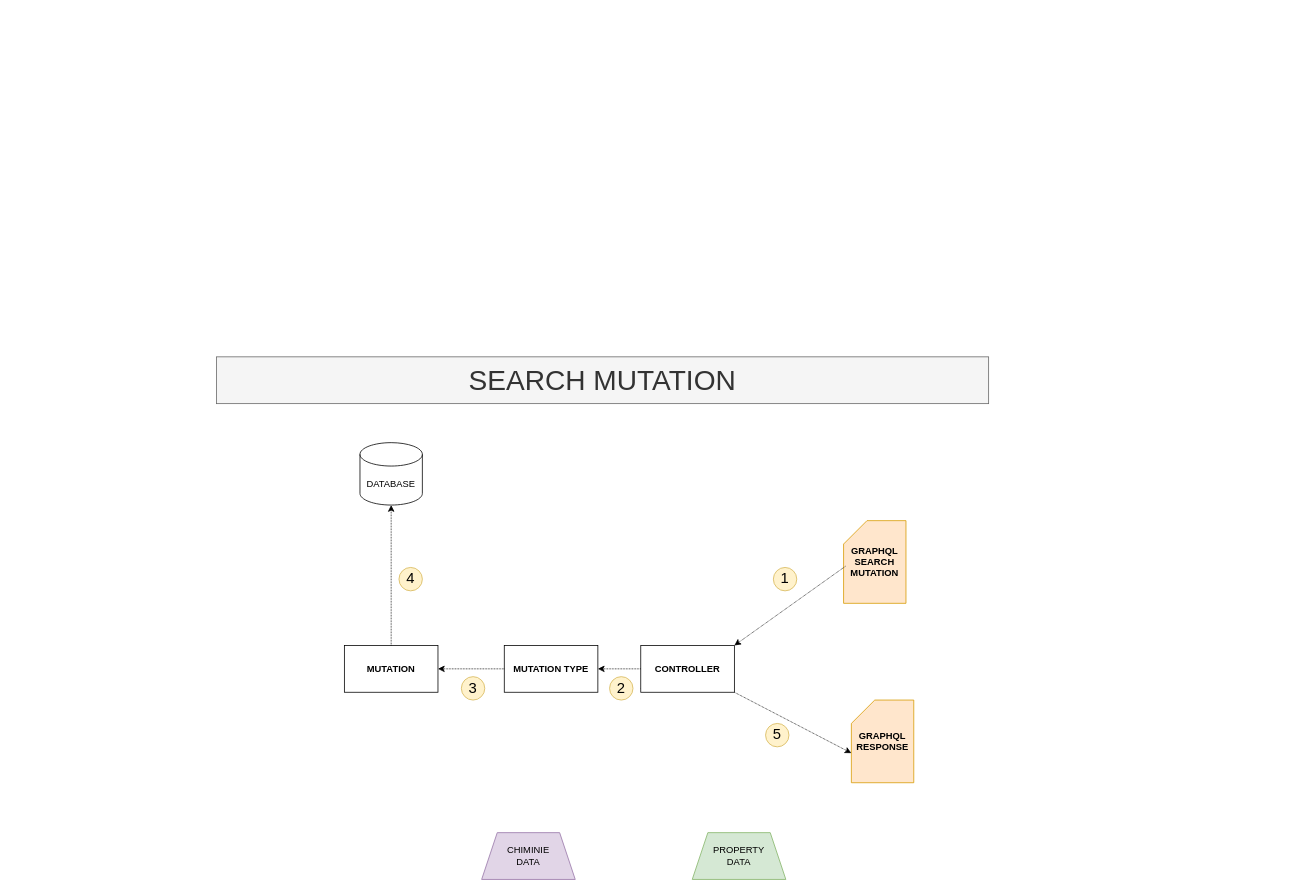
Above: page "Page-2" (2 of 2) of devops/property-dealer.drawio in kingsley-ijomah/draw.io (draw.io), before the change. Source tidied: cells renumbered, new cells numbered last; positions are measured from the earlier drawing's top-left corner, leaving out a move shared by most shapes. Both pictures are drawn from the tidied source at 78%, with x=0, y=0 at pixel (216, 356).
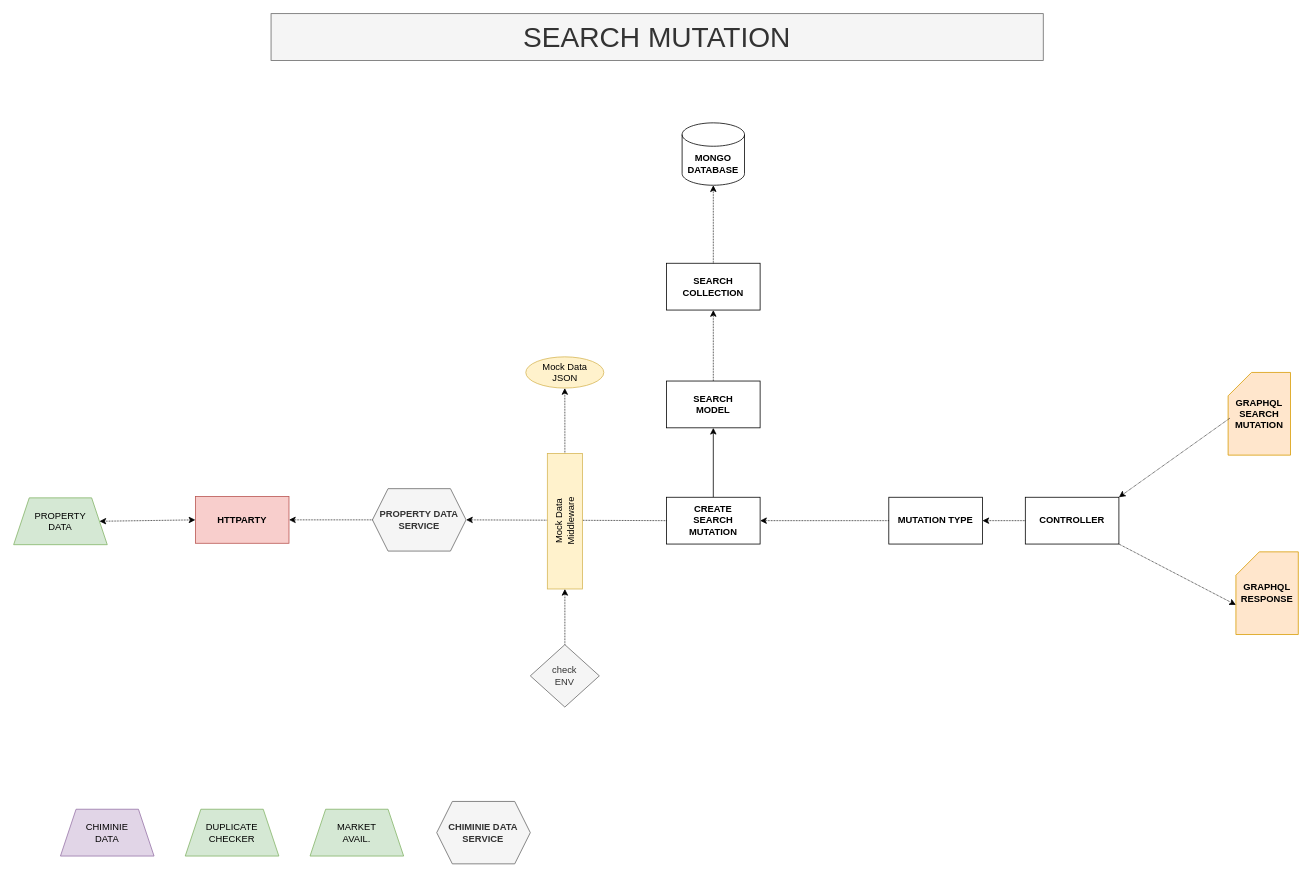
Above is the later version.

The edit, as a diff of the source:
```diff
@@
     <mxCell id="2" value="&lt;b&gt;GRAPHQL&lt;/b&gt;&lt;div&gt;&lt;b&gt;SEARCH&lt;/b&gt;&lt;/div&gt;&lt;div&gt;&lt;b&gt;MUTATION&lt;/b&gt;&lt;/div&gt;" style="shape=card;whiteSpace=wrap;html=1;fillColor=#ffe6cc;strokeColor=#d79b00;" parent="1" vertex="1">
-      <mxGeometry x="804" y="210" width="80" height="106" as="geometry" />
+      <mxGeometry x="1297" y="20" width="80" height="106" as="geometry" />
     </mxCell>
-    <mxCell id="3" value="DATABASE" style="shape=cylinder3;whiteSpace=wrap;html=1;boundedLbl=1;backgroundOutline=1;size=15;" parent="1" vertex="1">
-      <mxGeometry x="184" y="110" width="80" height="80" as="geometry" />
+    <mxCell id="3" value="&lt;b&gt;MONGO&lt;/b&gt;&lt;div&gt;&lt;b&gt;DATABASE&lt;/b&gt;&lt;/div&gt;" style="shape=cylinder3;whiteSpace=wrap;html=1;boundedLbl=1;backgroundOutline=1;size=15;" parent="1" vertex="1">
+      <mxGeometry x="597" y="-300" width="80" height="80" as="geometry" />
     </mxCell>
     <mxCell id="4" value="PROPERTY&lt;div&gt;DATA&lt;/div&gt;" style="shape=trapezoid;perimeter=trapezoidPerimeter;whiteSpace=wrap;html=1;fixedSize=1;fillColor=#d5e8d4;strokeColor=#82b366;" parent="1" vertex="1">
-      <mxGeometry x="610" y="610" width="120" height="60" as="geometry" />
+      <mxGeometry x="-260" y="180.8" width="120" height="60" as="geometry" />
     </mxCell>
     <mxCell id="5" value="CHIMINIE&lt;div&gt;DATA&lt;/div&gt;" style="shape=trapezoid;perimeter=trapezoidPerimeter;whiteSpace=wrap;html=1;fixedSize=1;fillColor=#e1d5e7;strokeColor=#9673a6;" parent="1" vertex="1">
-      <mxGeometry x="340" y="610" width="120" height="60" as="geometry" />
+      <mxGeometry x="-200" y="580" width="120" height="60" as="geometry" />
     </mxCell>
     <mxCell id="6" value="&lt;b&gt;MUTATION TYPE&lt;/b&gt;" style="rounded=0;whiteSpace=wrap;html=1;" parent="1" vertex="1">
-      <mxGeometry x="369" y="370" width="120" height="60" as="geometry" />
+      <mxGeometry x="862" y="180" width="120" height="60" as="geometry" />
     </mxCell>
+    <mxCell id="22" style="edgeStyle=orthogonalEdgeStyle;rounded=0;jettySize=auto;html=1;entryX=0.5;entryY=1;entryDx=0;entryDy=0;" parent="1" edge="1" source="7" target="31">
+      <mxGeometry relative="1" as="geometry" />
+    </mxCell>
-    <mxCell id="7" value="&lt;b&gt;MUTATION&lt;/b&gt;" style="rounded=0;whiteSpace=wrap;html=1;" parent="1" vertex="1">
-      <mxGeometry x="164" y="370" width="120" height="60" as="geometry" />
+    <mxCell id="7" value="&lt;div&gt;&lt;b&gt;CREATE&lt;/b&gt;&lt;/div&gt;&lt;div&gt;&lt;b&gt;SEARCH&lt;/b&gt;&lt;/div&gt;&lt;b&gt;MUTATION&lt;/b&gt;" style="rounded=0;whiteSpace=wrap;html=1;" parent="1" vertex="1">
+      <mxGeometry x="577" y="180" width="120" height="60" as="geometry" />
     </mxCell>
     <mxCell id="8" style="endArrow=classic;html=1;rounded=0;exitX=0;exitY=0;exitDx=0;exitDy=55;exitPerimeter=0;dashed=1;dashPattern=1 1;" parent="1" edge="1" source="10">
       <mxGeometry relative="1" as="geometry">
-        <mxPoint x="604" y="400" as="targetPoint" />
+        <mxPoint x="1097" y="210" as="targetPoint" />
       </mxGeometry>
     </mxCell>
@@
     <mxCell id="10" value="&lt;b&gt;CONTROLLER&lt;/b&gt;" style="rounded=0;whiteSpace=wrap;html=1;" parent="1" vertex="1">
-      <mxGeometry x="544" y="370" width="120" height="60" as="geometry" />
+      <mxGeometry x="1037" y="180" width="120" height="60" as="geometry" />
     </mxCell>
@@
     <mxCell id="13" value="&lt;font style=&quot;font-size: 36px;&quot;&gt;SEARCH MUTATION&lt;/font&gt;" style="rounded=0;whiteSpace=wrap;html=1;fillColor=#f5f5f5;fontColor=#333333;strokeColor=#666666;" parent="1" vertex="1">
-      <mxGeometry width="990" height="60" as="geometry" />
+      <mxGeometry x="70" y="-440" width="990" height="60" as="geometry" />
     </mxCell>
-    <mxCell id="14" style="endArrow=classic;html=1;rounded=0;exitX=0.5;exitY=0;exitDx=0;exitDy=0;dashed=1;dashPattern=1 1;entryX=0.5;entryY=1;entryDx=0;entryDy=0;entryPerimeter=0;" parent="1" edge="1" source="7" target="3">
+    <mxCell id="14" style="endArrow=classic;html=1;rounded=0;dashed=1;dashPattern=1 1;exitX=0.5;exitY=0;exitDx=0;exitDy=0;entryX=0.5;entryY=1;entryDx=0;entryDy=0;" parent="1" edge="1" source="31" target="37">
       <mxGeometry relative="1" as="geometry" />
     </mxCell>
-    <mxCell id="15" value="&lt;font style=&quot;font-size: 19px;&quot;&gt;1&lt;/font&gt;" style="ellipse;whiteSpace=wrap;html=1;fillColor=#fff2cc;strokeColor=#d6b656;" parent="1" vertex="1">
-      <mxGeometry x="714" y="270" width="30" height="30" as="geometry" />
-    </mxCell>
-    <mxCell id="16" value="&lt;font style=&quot;font-size: 19px;&quot;&gt;2&lt;/font&gt;" style="ellipse;whiteSpace=wrap;html=1;fillColor=#fff2cc;strokeColor=#d6b656;" parent="1" vertex="1">
-      <mxGeometry x="504" y="410" width="30" height="30" as="geometry" />
-    </mxCell>
-    <mxCell id="17" value="&lt;font style=&quot;font-size: 19px;&quot;&gt;3&lt;/font&gt;" style="ellipse;whiteSpace=wrap;html=1;fillColor=#fff2cc;strokeColor=#d6b656;" parent="1" vertex="1">
-      <mxGeometry x="314" y="410" width="30" height="30" as="geometry" />
-    </mxCell>
-    <mxCell id="18" value="&lt;font style=&quot;font-size: 19px;&quot;&gt;4&lt;/font&gt;" style="ellipse;whiteSpace=wrap;html=1;fillColor=#fff2cc;strokeColor=#d6b656;" parent="1" vertex="1">
-      <mxGeometry x="234" y="270" width="30" height="30" as="geometry" />
-    </mxCell>
     <mxCell id="19" value="&lt;b&gt;GRAPHQL&lt;/b&gt;&lt;div&gt;&lt;b&gt;RESPONSE&lt;/b&gt;&lt;/div&gt;" style="shape=card;whiteSpace=wrap;html=1;fillColor=#ffe6cc;strokeColor=#d79b00;" parent="1" vertex="1">
-      <mxGeometry x="814" y="440" width="80" height="106" as="geometry" />
+      <mxGeometry x="1307" y="250" width="80" height="106" as="geometry" />
     </mxCell>
@@
-    <mxCell id="21" value="&lt;font style=&quot;font-size: 19px;&quot;&gt;5&lt;/font&gt;" style="ellipse;whiteSpace=wrap;html=1;fillColor=#fff2cc;strokeColor=#d6b656;" parent="1" vertex="1">
-      <mxGeometry x="704" y="470" width="30" height="30" as="geometry" />
-    </mxCell>
+    <mxCell id="23" value="&lt;b&gt;HTTPARTY&lt;/b&gt;" style="rounded=0;whiteSpace=wrap;html=1;fillColor=#f8cecc;strokeColor=#b85450;" parent="1" vertex="1">
+      <mxGeometry x="-27" y="179" width="120" height="60" as="geometry" />
+    </mxCell>
+    <mxCell id="24" value="&lt;b&gt;CHIMINIE DATA&lt;/b&gt;&lt;div&gt;&lt;b&gt;SERVICE&lt;/b&gt;&lt;/div&gt;" style="shape=hexagon;perimeter=hexagonPerimeter2;whiteSpace=wrap;html=1;fixedSize=1;fillColor=#f5f5f5;fontColor=#333333;strokeColor=#666666;" parent="1" vertex="1">
+      <mxGeometry x="282.4" y="570" width="120" height="80" as="geometry" />
+    </mxCell>
+    <mxCell id="25" value="&lt;b&gt;PROPERTY DATA&lt;/b&gt;&lt;div&gt;&lt;b&gt;SERVICE&lt;/b&gt;&lt;/div&gt;" style="shape=hexagon;perimeter=hexagonPerimeter2;whiteSpace=wrap;html=1;fixedSize=1;fillColor=#f5f5f5;fontColor=#333333;strokeColor=#666666;" parent="1" vertex="1">
+      <mxGeometry x="200" y="169" width="120" height="80" as="geometry" />
+    </mxCell>
+    <mxCell id="26" style="endArrow=classic;html=1;rounded=0;exitX=0;exitY=0.5;exitDx=0;exitDy=0;entryX=1;entryY=0.5;entryDx=0;entryDy=0;dashed=1;dashPattern=1 1;" parent="1" edge="1" source="7" target="25">
+      <mxGeometry relative="1" as="geometry" />
+    </mxCell>
+    <mxCell id="27" style="endArrow=classic;html=1;rounded=0;exitX=0;exitY=0.5;exitDx=0;exitDy=0;entryX=1;entryY=0.5;entryDx=0;entryDy=0;dashed=1;dashPattern=1 1;" parent="1" edge="1" source="25" target="23">
+      <mxGeometry relative="1" as="geometry" />
+    </mxCell>
+    <mxCell id="28" style="edgeStyle=orthogonalEdgeStyle;rounded=0;jettySize=auto;html=1;entryX=0.5;entryY=1;entryDx=0;entryDy=0;dashed=1;dashPattern=1 1;" parent="1" edge="1" source="29" target="30">
+      <mxGeometry relative="1" as="geometry" />
+    </mxCell>
+    <mxCell id="29" value="Mock Data&lt;div&gt;Middleware&lt;/div&gt;" style="rounded=0;whiteSpace=wrap;html=1;rotation=-90;fillColor=#fff2cc;strokeColor=#d6b656;" parent="1" vertex="1">
+      <mxGeometry x="359.8" y="188.2" width="173.8" height="45" as="geometry" />
+    </mxCell>
+    <mxCell id="30" value="Mock Data&lt;div&gt;JSON&lt;/div&gt;" style="ellipse;whiteSpace=wrap;html=1;align=center;newEdgeStyle={&quot;edgeStyle&quot;:&quot;entityRelationEdgeStyle&quot;,&quot;startArrow&quot;:&quot;none&quot;,&quot;endArrow&quot;:&quot;none&quot;,&quot;segment&quot;:10,&quot;curved&quot;:1,&quot;sourcePerimeterSpacing&quot;:0,&quot;targetPerimeterSpacing&quot;:0};fillColor=#fff2cc;strokeColor=#d6b656;" parent="1" vertex="1">
+      <mxGeometry x="396.6" width="100" height="40" as="geometry" />
+    </mxCell>
+    <mxCell id="31" value="&lt;div&gt;&lt;b&gt;SEARCH&lt;/b&gt;&lt;/div&gt;&lt;div&gt;&lt;b&gt;MODEL&lt;/b&gt;&lt;/div&gt;" style="rounded=0;whiteSpace=wrap;html=1;" parent="1" vertex="1">
+      <mxGeometry x="577" y="31" width="120" height="60" as="geometry" />
+    </mxCell>
+    <mxCell id="32" style="edgeStyle=orthogonalEdgeStyle;rounded=0;jettySize=auto;html=1;entryX=0;entryY=0.5;entryDx=0;entryDy=0;dashed=1;dashPattern=1 1;" parent="1" edge="1" source="33" target="29">
+      <mxGeometry relative="1" as="geometry" />
+    </mxCell>
+    <mxCell id="33" value="check&lt;div&gt;ENV&lt;/div&gt;" style="rhombus;whiteSpace=wrap;html=1;fillColor=#f5f5f5;strokeColor=#666666;fontColor=#333333;" parent="1" vertex="1">
+      <mxGeometry x="402.4" y="369" width="88.5" height="80" as="geometry" />
+    </mxCell>
+    <mxCell id="34" value="MARKET&lt;div&gt;AVAIL.&lt;/div&gt;" style="shape=trapezoid;perimeter=trapezoidPerimeter;whiteSpace=wrap;html=1;fixedSize=1;fillColor=#d5e8d4;strokeColor=#82b366;" parent="1" vertex="1">
+      <mxGeometry x="120" y="580" width="120" height="60" as="geometry" />
+    </mxCell>
+    <mxCell id="35" value="DUPLICATE&lt;div&gt;CHECKER&lt;/div&gt;" style="shape=trapezoid;perimeter=trapezoidPerimeter;whiteSpace=wrap;html=1;fixedSize=1;fillColor=#d5e8d4;strokeColor=#82b366;" parent="1" vertex="1">
+      <mxGeometry x="-40" y="580" width="120" height="60" as="geometry" />
+    </mxCell>
+    <mxCell id="36" style="endArrow=classic;startArrow=classic;html=1;rounded=0;exitX=1;exitY=0.5;exitDx=0;exitDy=0;entryX=0;entryY=0.5;entryDx=0;entryDy=0;dashed=1;dashPattern=1 1;" parent="1" edge="1" source="4" target="23">
+      <mxGeometry relative="1" as="geometry" />
+    </mxCell>
+    <mxCell id="37" value="&lt;div&gt;&lt;b&gt;SEARCH&lt;/b&gt;&lt;/div&gt;&lt;div&gt;&lt;b&gt;COLLECTION&lt;/b&gt;&lt;/div&gt;" style="rounded=0;whiteSpace=wrap;html=1;" parent="1" vertex="1">
+      <mxGeometry x="577" y="-120" width="120" height="60" as="geometry" />
+    </mxCell>
+    <mxCell id="38" style="edgeStyle=orthogonalEdgeStyle;rounded=0;jettySize=auto;html=1;entryX=0.5;entryY=1;entryDx=0;entryDy=0;entryPerimeter=0;dashed=1;dashPattern=1 1;" parent="1" edge="1" source="37" target="3">
+      <mxGeometry relative="1" as="geometry" />
+    </mxCell>
```
